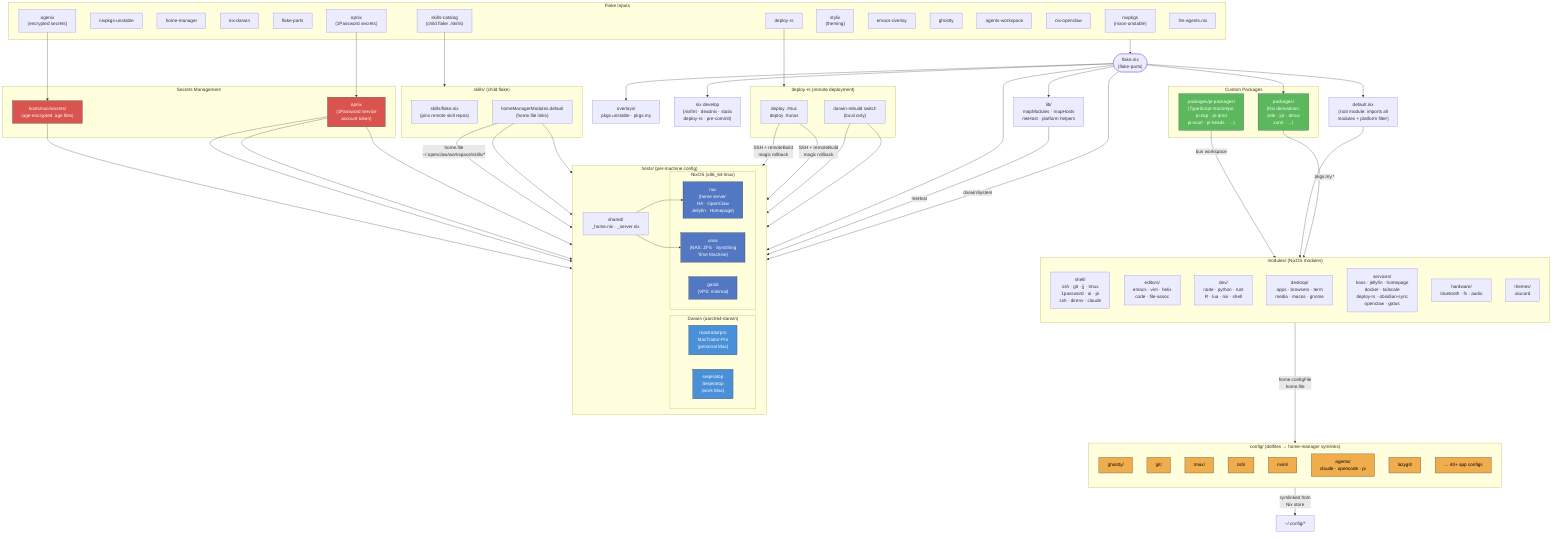
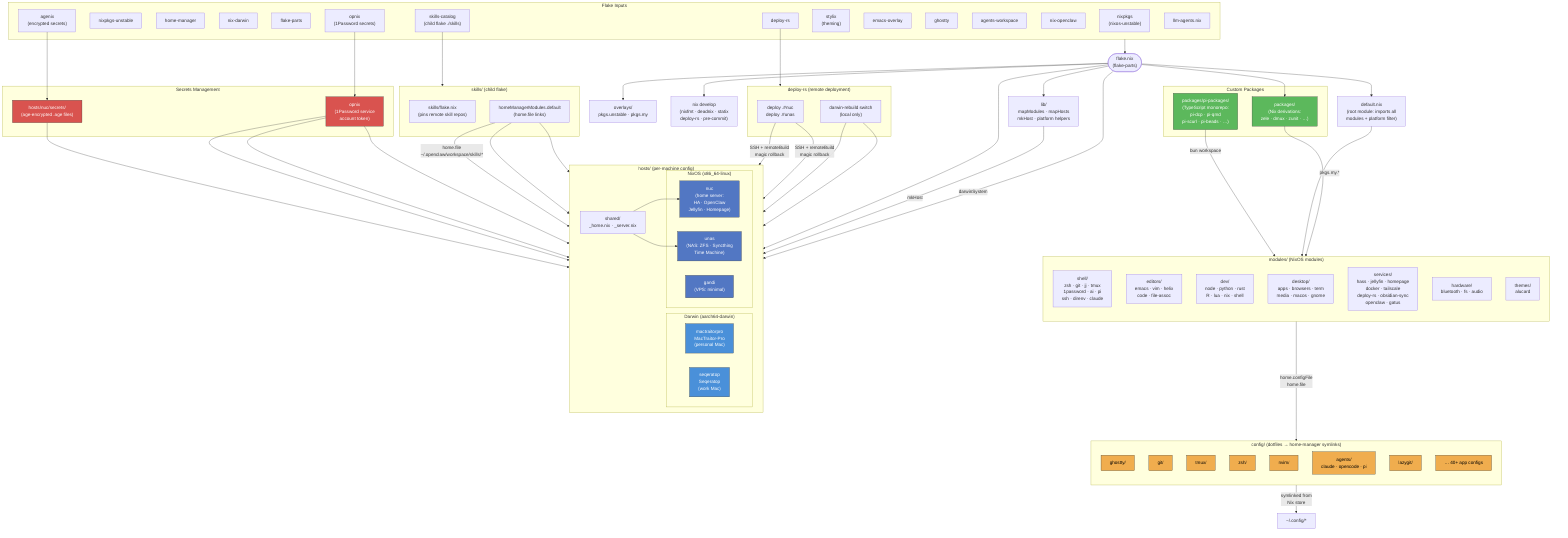
%% Dotfiles Architecture — nix-darwin / NixOS / deploy-rs
%% Render: https://mermaid.live  or  ```mermaid block in GitHub markdown

graph TB
  %% ── Flake Inputs ──────────────────────────────────────────────
  subgraph Inputs["Flake Inputs"]
    nixpkgs["nixpkgs<br/>(nixos-unstable)"]
    nixpkgs_unstable["nixpkgs-unstable"]
    home_manager["home-manager"]
    nix_darwin["nix-darwin"]
    flake_parts["flake-parts"]
    agenix["agenix<br/>(encrypted secrets)"]
    opnix["opnix<br/>(1Password secrets)"]
    deploy_rs_input["deploy-rs"]
    stylix["stylix<br/>(theming)"]
    emacs_overlay["emacs-overlay"]
    ghostty_input["ghostty"]
    openclaw_ws["agents-workspace"]
    nix_openclaw["nix-openclaw"]
    skills_catalog_input["skills-catalog<br/>(child flake ./skills)"]
    llm_agents["llm-agents.nix"]
  end

  %% ── Central Flake ─────────────────────────────────────────────
  flake_nix(["flake.nix<br/>(flake-parts)"])
  Inputs --> flake_nix

  %% ── Library ───────────────────────────────────────────────────
  lib_dir["lib/<br/>mapModules · mapHosts<br/>mkHost · platform helpers"]
  flake_nix --> lib_dir

  %% ── Overlays ──────────────────────────────────────────────────
  overlays["overlays/<br/>pkgs.unstable · pkgs.my"]
  flake_nix --> overlays

  %% ── Module System ─────────────────────────────────────────────
  subgraph Modules["modules/  (NixOS modules)"]
    direction TB
    mod_shell["shell/<br/>zsh · git · jj · tmux<br/>1password · ai · pi<br/>ssh · direnv · claude"]
    mod_editors["editors/<br/>emacs · vim · helix<br/>code · file-assoc"]
    mod_dev["dev/<br/>node · python · rust<br/>R · lua · nix · shell"]
    mod_desktop["desktop/<br/>apps · browsers · term<br/>media · macos · gnome"]
    mod_services["services/<br/>hass · jellyfin · homepage<br/>docker · tailscale<br/>deploy-rs · obsidian-sync<br/>openclaw · gatus"]
    mod_hardware["hardware/<br/>bluetooth · fs · audio"]
    mod_themes["themes/<br/>alucard"]
  end

  default_nix["default.nix<br/>(root module: imports all<br/>modules + platform filter)"]
  flake_nix --> default_nix
  default_nix --> Modules

  %% ── Config Files (home-manager) ───────────────────────────────
  subgraph Config["config/  (dotfiles → home-manager symlinks)"]
    direction TB
    cfg_ghostty["ghostty/"]
    cfg_git["git/"]
    cfg_tmux["tmux/"]
    cfg_zsh["zsh/"]
    cfg_nvim["nvim/"]
    cfg_agents["agents/<br/>claude · opencode · pi"]
    cfg_lazygit["lazygit/"]
    cfg_others["… 40+ app configs"]
  end

  Modules -->|"home.configFile<br/>home.file"| Config
  Config -->|"symlinked from<br/>Nix store"| home_dir["~/.config/*"]

  %% ── Host Configurations ───────────────────────────────────────
  subgraph Hosts["hosts/  (per-machine config)"]
    direction LR
    subgraph Darwin["Darwin (aarch64-darwin)"]
      mactraitorpro["mactraitorpro<br/>MacTraitor-Pro<br/>(personal Mac)"]
      seqeratop["seqeratop<br/>Seqeratop<br/>(work Mac)"]
    end
    subgraph NixOS["NixOS (x86_64-linux)"]
      nuc["nuc<br/>(home server:<br/>HA · OpenClaw<br/>Jellyfin · Homepage)"]
      unas["unas<br/>(NAS: ZFS · Syncthing<br/>Time Machine)"]
      gandi["gandi<br/>(VPS: minimal)"]
    end
    shared["shared/<br/>_home.nix · _server.nix"]
  end

  flake_nix --> Hosts
  lib_dir -->|mkHost| NixOS
  flake_nix -->|"darwinSystem"| Darwin
  shared --> nuc
  shared --> unas

  %% ── Secrets ───────────────────────────────────────────────────
  subgraph Secrets["Secrets Management"]
    agenix_secrets["hosts/nuc/secrets/<br/>(age-encrypted .age files)"]
    opnix_secrets["opnix<br/>(1Password service<br/>account token)"]
  end

  agenix --> agenix_secrets
  opnix --> opnix_secrets
  agenix_secrets --> nuc
  opnix_secrets --> nuc
  opnix_secrets --> mactraitorpro
  opnix_secrets --> seqeratop

  %% ── Packages ──────────────────────────────────────────────────
  subgraph Packages["Custom Packages"]
-     nix_packages["packages/<br/>(Nix derivations:<br/>zele · jut · dmux<br/>zunit · …)"]
+     nix_packages["packages/<br/>(Nix derivations:<br/>zele · dmux · zunit · …)"]
    ts_packages["packages/pi-packages/<br/>(TypeScript monorepo:<br/>pi-dcp · pi-qmd<br/>pi-scurl · pi-beads · …)"]
  end

  flake_nix --> nix_packages
  nix_packages -->|"pkgs.my.*"| Modules
  ts_packages -->|"bun workspace"| mod_shell

  %% ── Skills Catalog (child flake) ─────────────────────────────
  subgraph Skills["skills/  (child flake)"]
    skills_flake["skills/flake.nix<br/>(pins remote skill repos)"]
    skills_hm["homeManagerModules.default<br/>(home.file links)"]
  end

  skills_catalog_input --> Skills
  skills_hm -->|"home.file<br/>~/.openclaw/workspace/skills/*"| nuc
  skills_hm --> mactraitorpro
  skills_hm --> seqeratop

  %% ── Deployment ────────────────────────────────────────────────
  subgraph Deploy["deploy-rs  (remote deployment)"]
    deploy_cli["deploy .#nuc<br/>deploy .#unas"]
    deploy_darwin["darwin-rebuild switch<br/>(local only)"]
  end

  deploy_rs_input --> Deploy
  deploy_cli -->|"SSH + remoteBuild<br/>magic rollback"| nuc
  deploy_cli -->|"SSH + remoteBuild<br/>magic rollback"| unas
  deploy_darwin --> mactraitorpro
  deploy_darwin --> seqeratop

  %% ── Dev Shells ────────────────────────────────────────────────
  devshells["nix develop<br/>(nixfmt · deadnix · statix<br/>deploy-rs · pre-commit)"]
  flake_nix --> devshells

  %% ── Styling ───────────────────────────────────────────────────
  classDef darwin fill:#4a90d9,stroke:#333,color:#fff
  classDef nixos fill:#5277c3,stroke:#333,color:#fff
  classDef secret fill:#d9534f,stroke:#333,color:#fff
  classDef pkg fill:#5cb85c,stroke:#333,color:#fff
  classDef config fill:#f0ad4e,stroke:#333,color:#000

  class mactraitorpro,seqeratop darwin
  class nuc,unas,gandi nixos
  class agenix_secrets,opnix_secrets secret
  class nix_packages,ts_packages pkg
  class cfg_ghostty,cfg_git,cfg_tmux,cfg_zsh,cfg_nvim,cfg_agents,cfg_lazygit,cfg_others config
